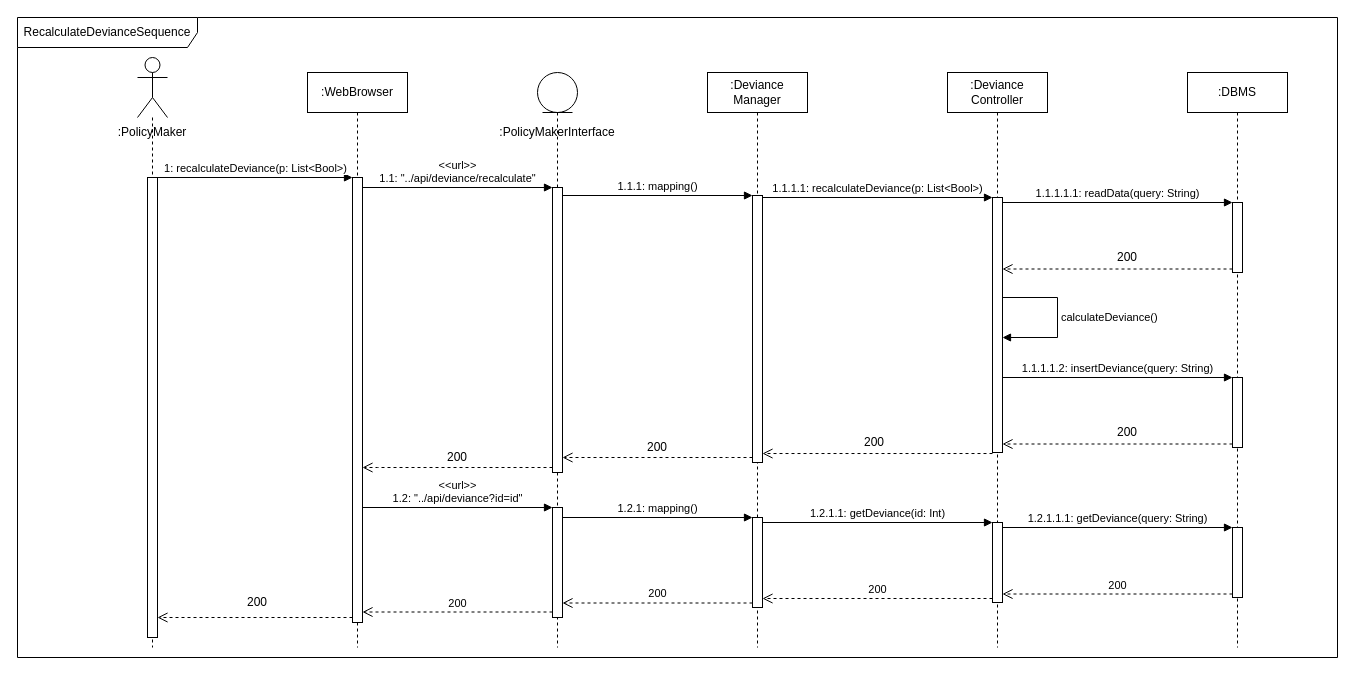
This is page "RecalculateNewDeviance" (15 of 18) of DD Diagrams/RunTimeViewDiagram.drawio from matteovisotto/SE2-CecchettoSirianiVisotto, a draw.io file, before an edit. Source tidied: cells renumbered, new cells numbered last; positions are measured from the earlier drawing's top-left corner, leaving out a move shared by most shapes. Both pictures are drawn from the tidied source at 100%, with x=0, y=0 at pixel (17, 17).
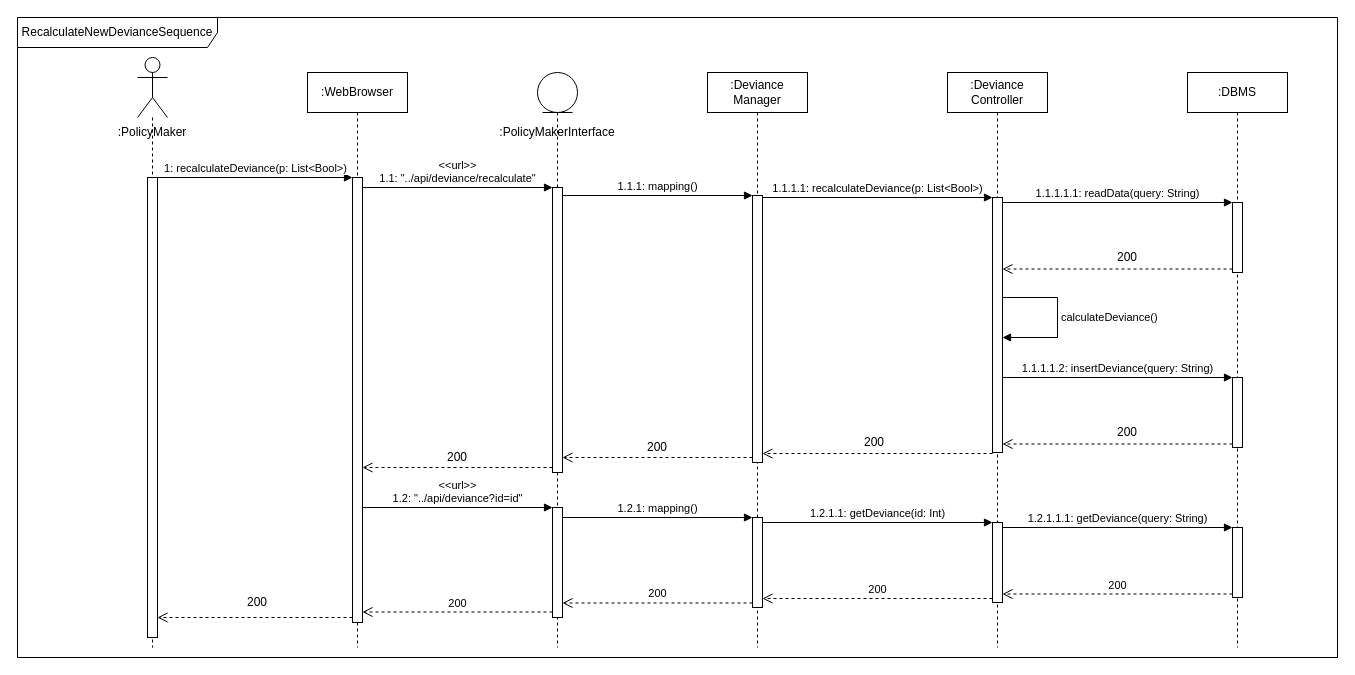
After the change.

Diff of the diagram source:
```diff
@@
-    <mxCell id="2" value="RecalculateDevianceSequence" style="shape=umlFrame;whiteSpace=wrap;html=1;width=180;height=30;" parent="1" vertex="1">
+    <mxCell id="2" value="RecalculateNewDevianceSequence" style="shape=umlFrame;whiteSpace=wrap;html=1;width=200;height=30;" parent="1" vertex="1">
       <mxGeometry width="1320" height="640" as="geometry" />
     </mxCell>
```
